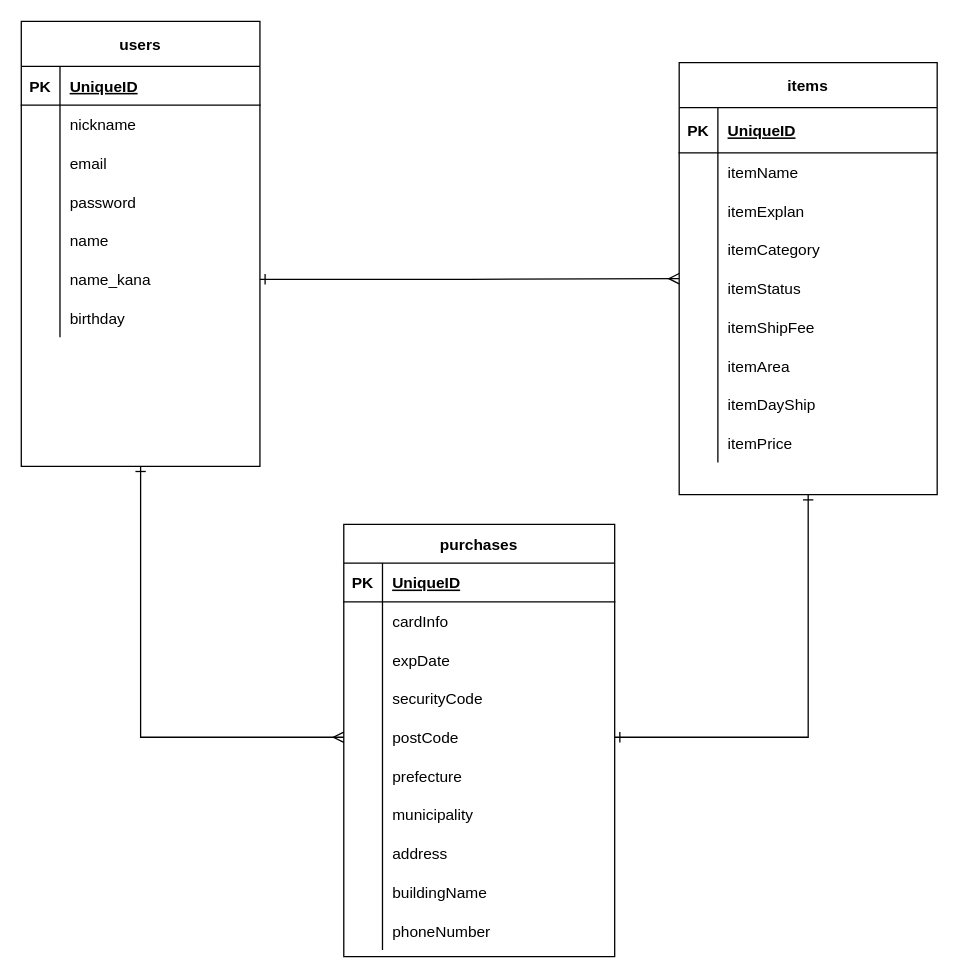
Above: app/views/DB.dio in nakanori0508/furima-31792 (draw.io), before the change. Source tidied: cells renumbered, new cells numbered last; positions are measured from the earlier drawing's top-left corner, leaving out a move shared by most shapes. Both pictures are drawn from the tidied source at 129%, with x=0, y=0 at pixel (21, 21).
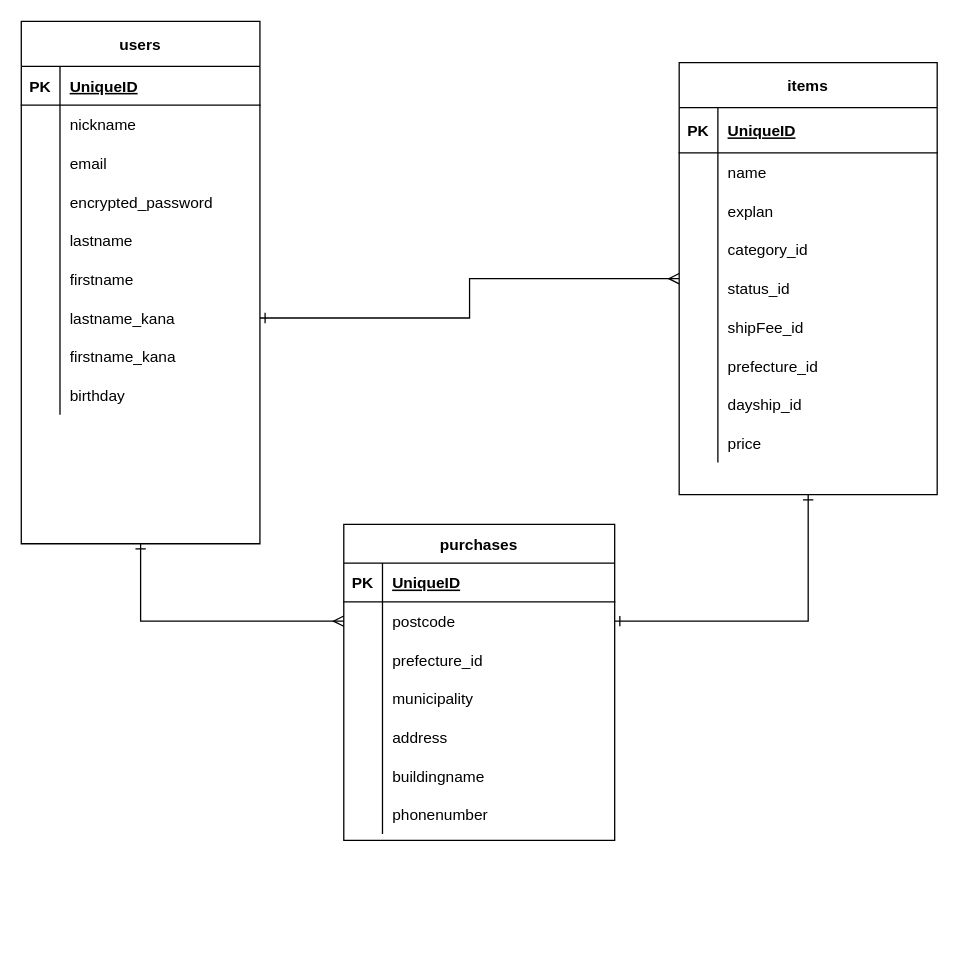
The same page after the edit.

The change refers to these unchanged cells:
```xml
<mxCell id="13" style="shape=partialRectangle;fillColor=none;top=0;left=0;bottom=0;right=0;" parent="3" vertex="1">
  <mxGeometry y="125" width="185" height="30" as="geometry" />
</mxCell>
<mxCell id="16" style="shape=partialRectangle;fillColor=none;top=0;left=0;bottom=0;right=0;" parent="3" vertex="1">
  <mxGeometry y="155" width="185" height="30" as="geometry" />
</mxCell>
<mxCell id="31" style="shape=partialRectangle;fillColor=none;top=0;left=0;bottom=0;right=0;" parent="27" vertex="1">
  <mxGeometry y="70" width="200" height="30" as="geometry" />
</mxCell>
<mxCell id="34" style="shape=partialRectangle;fillColor=none;top=0;left=0;bottom=0;right=0;" parent="27" vertex="1">
  <mxGeometry y="100" width="200" height="30" as="geometry" />
</mxCell>
<mxCell id="37" style="shape=partialRectangle;fillColor=none;top=0;left=0;bottom=0;right=0;" parent="27" vertex="1">
  <mxGeometry y="130" width="200" height="30" as="geometry" />
</mxCell>
<mxCell id="40" style="shape=partialRectangle;fillColor=none;top=0;left=0;bottom=0;right=0;" parent="27" vertex="1">
  <mxGeometry y="160" width="200" height="30" as="geometry" />
</mxCell>
<mxCell id="43" style="shape=partialRectangle;fillColor=none;top=0;left=0;bottom=0;right=0;" parent="27" vertex="1">
  <mxGeometry y="190" width="200" height="30" as="geometry" />
</mxCell>
<mxCell id="46" style="shape=partialRectangle;fillColor=none;top=0;left=0;bottom=0;right=0;" parent="27" vertex="1">
  <mxGeometry y="220" width="200" height="30" as="geometry" />
</mxCell>
<mxCell id="49" style="shape=partialRectangle;fillColor=none;top=0;left=0;bottom=0;right=0;" parent="27" vertex="1">
  <mxGeometry y="250" width="200" height="30" as="geometry" />
</mxCell>
<mxCell id="52" style="shape=partialRectangle;fillColor=none;top=0;left=0;bottom=0;right=0;" parent="27" vertex="1">
  <mxGeometry y="280" width="200" height="30" as="geometry" />
</mxCell>
```

Change to the diagram source:
```diff
@@
     <mxCell id="3" value="users" style="shape=table;startSize=35;childLayout=tableLayout;rowLines=0;fontStyle=1;align=center;" parent="1" vertex="1">
-      <mxGeometry width="185" height="345" as="geometry" />
+      <mxGeometry width="185" height="405" as="geometry" />
     </mxCell>
@@
-    <mxCell id="15" value="password" style="shape=partialRectangle;fillColor=none;top=0;left=0;bottom=0;right=0;align=left;spacingLeft=6;overflow=hidden;" parent="13" vertex="1">
+    <mxCell id="15" value="encrypted_password" style="shape=partialRectangle;fillColor=none;top=0;left=0;bottom=0;right=0;align=left;spacingLeft=6;overflow=hidden;" parent="13" vertex="1">
       <mxGeometry x="30" width="155" height="30" as="geometry" />
     </mxCell>
@@
-    <mxCell id="18" value="name" style="shape=partialRectangle;fillColor=none;top=0;left=0;bottom=0;right=0;align=left;spacingLeft=6;overflow=hidden;" parent="16" vertex="1">
+    <mxCell id="18" value="lastname" style="shape=partialRectangle;fillColor=none;top=0;left=0;bottom=0;right=0;align=left;spacingLeft=6;overflow=hidden;" parent="16" vertex="1">
       <mxGeometry x="30" width="155" height="30" as="geometry" />
     </mxCell>
+    <mxCell id="86" style="shape=partialRectangle;fillColor=none;top=0;left=0;bottom=0;right=0;" parent="3" vertex="1">
+      <mxGeometry y="185" width="185" height="30" as="geometry" />
+    </mxCell>
+    <mxCell id="87" style="shape=partialRectangle;fillColor=none;top=0;left=0;bottom=0;right=0;overflow=hidden;" parent="86" vertex="1">
+      <mxGeometry width="30" height="30" as="geometry" />
+    </mxCell>
+    <mxCell id="88" value="firstname" style="shape=partialRectangle;fillColor=none;top=0;left=0;bottom=0;right=0;align=left;spacingLeft=6;overflow=hidden;" parent="86" vertex="1">
+      <mxGeometry x="30" width="155" height="30" as="geometry" />
+    </mxCell>
     <mxCell id="19" style="shape=partialRectangle;fillColor=none;top=0;left=0;bottom=0;right=0;points=[[0,0.5],[1,0.5]];portConstraint=eastwest;" parent="3" vertex="1">
-      <mxGeometry y="185" width="185" height="30" as="geometry" />
+      <mxGeometry y="215" width="185" height="30" as="geometry" />
     </mxCell>
@@
-    <mxCell id="21" value="name_kana" style="shape=partialRectangle;fillColor=none;top=0;left=0;bottom=0;right=0;align=left;spacingLeft=6;overflow=hidden;" parent="19" vertex="1">
+    <mxCell id="21" value="lastname_kana" style="shape=partialRectangle;fillColor=none;top=0;left=0;bottom=0;right=0;align=left;spacingLeft=6;overflow=hidden;" parent="19" vertex="1">
       <mxGeometry x="30" width="155" height="30" as="geometry" />
     </mxCell>
+    <mxCell id="89" style="shape=partialRectangle;fillColor=none;top=0;left=0;bottom=0;right=0;" parent="3" vertex="1">
+      <mxGeometry y="245" width="185" height="30" as="geometry" />
+    </mxCell>
+    <mxCell id="90" style="shape=partialRectangle;fillColor=none;top=0;left=0;bottom=0;right=0;overflow=hidden;" parent="89" vertex="1">
+      <mxGeometry width="30" height="30" as="geometry" />
+    </mxCell>
+    <mxCell id="91" value="firstname_kana" style="shape=partialRectangle;fillColor=none;top=0;left=0;bottom=0;right=0;align=left;spacingLeft=6;overflow=hidden;" parent="89" vertex="1">
+      <mxGeometry x="30" width="155" height="30" as="geometry" />
+    </mxCell>
     <mxCell id="22" style="shape=partialRectangle;fillColor=none;top=0;left=0;bottom=0;right=0;" parent="3" vertex="1">
-      <mxGeometry y="215" width="185" height="30" as="geometry" />
+      <mxGeometry y="275" width="185" height="30" as="geometry" />
     </mxCell>
@@
-    <mxCell id="33" value="itemName" style="shape=partialRectangle;fillColor=none;top=0;left=0;bottom=0;right=0;align=left;spacingLeft=6;overflow=hidden;" parent="31" vertex="1">
+    <mxCell id="33" value="name" style="shape=partialRectangle;fillColor=none;top=0;left=0;bottom=0;right=0;align=left;spacingLeft=6;overflow=hidden;" parent="31" vertex="1">
       <mxGeometry x="30" width="170" height="30" as="geometry" />
     </mxCell>
@@
-    <mxCell id="36" value="itemExplan" style="shape=partialRectangle;fillColor=none;top=0;left=0;bottom=0;right=0;align=left;spacingLeft=6;overflow=hidden;" parent="34" vertex="1">
+    <mxCell id="36" value="explan" style="shape=partialRectangle;fillColor=none;top=0;left=0;bottom=0;right=0;align=left;spacingLeft=6;overflow=hidden;" parent="34" vertex="1">
       <mxGeometry x="30" width="170" height="30" as="geometry" />
     </mxCell>
@@
-    <mxCell id="39" value="itemCategory" style="shape=partialRectangle;fillColor=none;top=0;left=0;bottom=0;right=0;align=left;spacingLeft=6;overflow=hidden;" parent="37" vertex="1">
+    <mxCell id="39" value="category_id" style="shape=partialRectangle;fillColor=none;top=0;left=0;bottom=0;right=0;align=left;spacingLeft=6;overflow=hidden;" parent="37" vertex="1">
       <mxGeometry x="30" width="170" height="30" as="geometry" />
     </mxCell>
@@
-    <mxCell id="42" value="itemStatus" style="shape=partialRectangle;fillColor=none;top=0;left=0;bottom=0;right=0;align=left;spacingLeft=6;overflow=hidden;" parent="40" vertex="1">
+    <mxCell id="42" value="status_id" style="shape=partialRectangle;fillColor=none;top=0;left=0;bottom=0;right=0;align=left;spacingLeft=6;overflow=hidden;" parent="40" vertex="1">
       <mxGeometry x="30" width="170" height="30" as="geometry" />
     </mxCell>
@@
-    <mxCell id="45" value="itemShipFee" style="shape=partialRectangle;fillColor=none;top=0;left=0;bottom=0;right=0;align=left;spacingLeft=6;overflow=hidden;" parent="43" vertex="1">
+    <mxCell id="45" value="shipFee_id" style="shape=partialRectangle;fillColor=none;top=0;left=0;bottom=0;right=0;align=left;spacingLeft=6;overflow=hidden;" parent="43" vertex="1">
       <mxGeometry x="30" width="170" height="30" as="geometry" />
     </mxCell>
@@
-    <mxCell id="48" value="itemArea" style="shape=partialRectangle;fillColor=none;top=0;left=0;bottom=0;right=0;align=left;spacingLeft=6;overflow=hidden;" parent="46" vertex="1">
+    <mxCell id="48" value="prefecture_id" style="shape=partialRectangle;fillColor=none;top=0;left=0;bottom=0;right=0;align=left;spacingLeft=6;overflow=hidden;" parent="46" vertex="1">
       <mxGeometry x="30" width="170" height="30" as="geometry" />
     </mxCell>
@@
-    <mxCell id="51" value="itemDayShip" style="shape=partialRectangle;fillColor=none;top=0;left=0;bottom=0;right=0;align=left;spacingLeft=6;overflow=hidden;" parent="49" vertex="1">
+    <mxCell id="51" value="dayship_id" style="shape=partialRectangle;fillColor=none;top=0;left=0;bottom=0;right=0;align=left;spacingLeft=6;overflow=hidden;" parent="49" vertex="1">
       <mxGeometry x="30" width="170" height="30" as="geometry" />
     </mxCell>
@@
-    <mxCell id="54" value="itemPrice" style="shape=partialRectangle;fillColor=none;top=0;left=0;bottom=0;right=0;align=left;spacingLeft=6;overflow=hidden;" parent="52" vertex="1">
+    <mxCell id="54" value="price" style="shape=partialRectangle;fillColor=none;top=0;left=0;bottom=0;right=0;align=left;spacingLeft=6;overflow=hidden;" parent="52" vertex="1">
       <mxGeometry x="30" width="170" height="30" as="geometry" />
     </mxCell>
     <mxCell id="55" value="purchases" style="shape=table;startSize=30;childLayout=tableLayout;rowLines=0;fontStyle=1;align=center;" parent="1" vertex="1">
-      <mxGeometry x="250" y="390" width="210" height="335" as="geometry" />
+      <mxGeometry x="250" y="390" width="210" height="245" as="geometry" />
     </mxCell>
@@
-    <mxCell id="59" style="shape=partialRectangle;fillColor=none;top=0;left=0;bottom=0;right=0;" parent="55" vertex="1">
-      <mxGeometry y="60" width="210" height="30" as="geometry" />
-    </mxCell>
-    <mxCell id="60" style="shape=partialRectangle;fillColor=none;top=0;left=0;bottom=0;right=0;overflow=hidden;" parent="59" vertex="1">
-      <mxGeometry width="30" height="30" as="geometry" />
-    </mxCell>
-    <mxCell id="61" value="cardInfo" style="shape=partialRectangle;fillColor=none;top=0;left=0;bottom=0;right=0;align=left;spacingLeft=6;overflow=hidden;" parent="59" vertex="1">
-      <mxGeometry x="30" width="180" height="30" as="geometry" />
-    </mxCell>
-    <mxCell id="62" style="shape=partialRectangle;fillColor=none;top=0;left=0;bottom=0;right=0;" parent="55" vertex="1">
-      <mxGeometry y="90" width="210" height="30" as="geometry" />
-    </mxCell>
-    <mxCell id="63" style="shape=partialRectangle;fillColor=none;top=0;left=0;bottom=0;right=0;overflow=hidden;" parent="62" vertex="1">
-      <mxGeometry width="30" height="30" as="geometry" />
-    </mxCell>
-    <mxCell id="64" value="expDate" style="shape=partialRectangle;fillColor=none;top=0;left=0;bottom=0;right=0;align=left;spacingLeft=6;overflow=hidden;" parent="62" vertex="1">
-      <mxGeometry x="30" width="180" height="30" as="geometry" />
-    </mxCell>
-    <mxCell id="65" style="shape=partialRectangle;fillColor=none;top=0;left=0;bottom=0;right=0;" parent="55" vertex="1">
-      <mxGeometry y="120" width="210" height="30" as="geometry" />
-    </mxCell>
-    <mxCell id="66" style="shape=partialRectangle;fillColor=none;top=0;left=0;bottom=0;right=0;overflow=hidden;" parent="65" vertex="1">
-      <mxGeometry width="30" height="30" as="geometry" />
-    </mxCell>
-    <mxCell id="67" value="securityCode" style="shape=partialRectangle;fillColor=none;top=0;left=0;bottom=0;right=0;align=left;spacingLeft=6;overflow=hidden;" parent="65" vertex="1">
-      <mxGeometry x="30" width="180" height="30" as="geometry" />
-    </mxCell>
     <mxCell id="68" style="shape=partialRectangle;fillColor=none;top=0;left=0;bottom=0;right=0;points=[[0,0.5],[1,0.5]];portConstraint=eastwest;" parent="55" vertex="1">
-      <mxGeometry y="150" width="210" height="30" as="geometry" />
+      <mxGeometry y="60" width="210" height="30" as="geometry" />
     </mxCell>
@@
-    <mxCell id="70" value="postCode" style="shape=partialRectangle;fillColor=none;top=0;left=0;bottom=0;right=0;align=left;spacingLeft=6;overflow=hidden;" parent="68" vertex="1">
+    <mxCell id="70" value="postcode" style="shape=partialRectangle;fillColor=none;top=0;left=0;bottom=0;right=0;align=left;spacingLeft=6;overflow=hidden;" parent="68" vertex="1">
       <mxGeometry x="30" width="180" height="30" as="geometry" />
     </mxCell>
     <mxCell id="71" style="shape=partialRectangle;fillColor=none;top=0;left=0;bottom=0;right=0;" parent="55" vertex="1">
-      <mxGeometry y="180" width="210" height="30" as="geometry" />
+      <mxGeometry y="90" width="210" height="30" as="geometry" />
     </mxCell>
@@
-    <mxCell id="73" value="prefecture" style="shape=partialRectangle;fillColor=none;top=0;left=0;bottom=0;right=0;align=left;spacingLeft=6;overflow=hidden;" parent="71" vertex="1">
+    <mxCell id="73" value="prefecture_id" style="shape=partialRectangle;fillColor=none;top=0;left=0;bottom=0;right=0;align=left;spacingLeft=6;overflow=hidden;" parent="71" vertex="1">
       <mxGeometry x="30" width="180" height="30" as="geometry" />
     </mxCell>
     <mxCell id="74" style="shape=partialRectangle;fillColor=none;top=0;left=0;bottom=0;right=0;" parent="55" vertex="1">
-      <mxGeometry y="210" width="210" height="30" as="geometry" />
+      <mxGeometry y="120" width="210" height="30" as="geometry" />
     </mxCell>
@@
     <mxCell id="77" style="shape=partialRectangle;fillColor=none;top=0;left=0;bottom=0;right=0;" parent="55" vertex="1">
-      <mxGeometry y="240" width="210" height="30" as="geometry" />
+      <mxGeometry y="150" width="210" height="30" as="geometry" />
     </mxCell>
@@
     <mxCell id="80" style="shape=partialRectangle;fillColor=none;top=0;left=0;bottom=0;right=0;" parent="55" vertex="1">
-      <mxGeometry y="270" width="210" height="30" as="geometry" />
+      <mxGeometry y="180" width="210" height="30" as="geometry" />
     </mxCell>
@@
-    <mxCell id="82" value="buildingName" style="shape=partialRectangle;fillColor=none;top=0;left=0;bottom=0;right=0;align=left;spacingLeft=6;overflow=hidden;" parent="80" vertex="1">
+    <mxCell id="82" value="buildingname" style="shape=partialRectangle;fillColor=none;top=0;left=0;bottom=0;right=0;align=left;spacingLeft=6;overflow=hidden;" parent="80" vertex="1">
       <mxGeometry x="30" width="180" height="30" as="geometry" />
     </mxCell>
     <mxCell id="83" style="shape=partialRectangle;fillColor=none;top=0;left=0;bottom=0;right=0;" parent="55" vertex="1">
-      <mxGeometry y="300" width="210" height="30" as="geometry" />
+      <mxGeometry y="210" width="210" height="30" as="geometry" />
     </mxCell>
@@
-    <mxCell id="85" value="phoneNumber" style="shape=partialRectangle;fillColor=none;top=0;left=0;bottom=0;right=0;align=left;spacingLeft=6;overflow=hidden;" parent="83" vertex="1">
+    <mxCell id="85" value="phonenumber" style="shape=partialRectangle;fillColor=none;top=0;left=0;bottom=0;right=0;align=left;spacingLeft=6;overflow=hidden;" parent="83" vertex="1">
       <mxGeometry x="30" width="180" height="30" as="geometry" />
     </mxCell>
```
